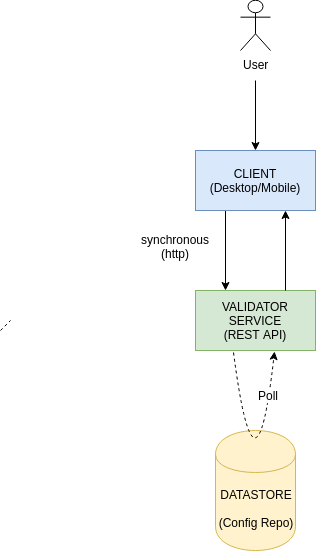
The draw.io diagram Initial - Poll.png in rajkumar90/intuit-craft, before a commit. Source tidied: cells renumbered, new cells last; positions are measured from the earlier drawing's top-left corner, leaving out a move shared by most shapes.
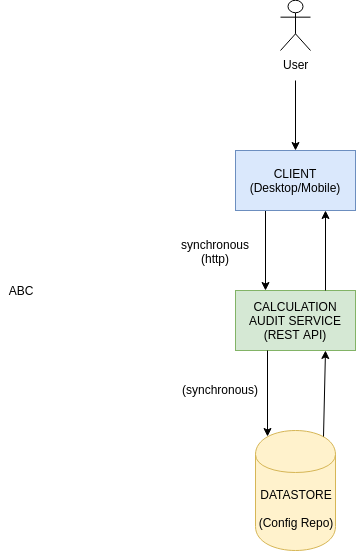
The same diagram one commit later.

Diff of the diagram source:
```diff
@@ -8,15 +8,23 @@
     <mxCell id="3" value="CLIENT (Desktop/Mobile)" style="rounded=0;whiteSpace=wrap;html=1;fillColor=#dae8fc;strokeColor=#6c8ebf;" parent="1" vertex="1">
       <mxGeometry x="195" y="150" width="120" height="60" as="geometry" />
     </mxCell>
-    <mxCell id="4" value="VALIDATOR SERVICE&lt;br&gt;(REST API)" style="rounded=0;whiteSpace=wrap;html=1;fillColor=#d5e8d4;strokeColor=#82b366;" parent="1" vertex="1">
+    <mxCell id="4" value="CALCULATION AUDIT SERVICE&lt;br&gt;(REST API)" style="rounded=0;whiteSpace=wrap;html=1;fillColor=#d5e8d4;strokeColor=#82b366;" parent="1" vertex="1">
       <mxGeometry x="195" y="290" width="120" height="60" as="geometry" />
     </mxCell>
     <mxCell id="5" value="DATASTORE&lt;br&gt;&lt;br&gt;(Config Repo)" style="shape=cylinder;whiteSpace=wrap;html=1;boundedLbl=1;backgroundOutline=1;rounded=0;fillColor=#fff2cc;strokeColor=#d6b656;" parent="1" vertex="1">
       <mxGeometry x="215" y="430" width="80" height="120" as="geometry" />
     </mxCell>
+    <mxCell id="13" style="endArrow=classic;html=1;entryX=0.15;entryY=0.05;entryDx=0;entryDy=0;entryPerimeter=0;" parent="1" edge="1" target="5">
+      <mxGeometry relative="1" as="geometry">
+        <mxPoint x="227" y="350" as="sourcePoint" />
+      </mxGeometry>
+    </mxCell>
     <mxCell id="6" style="endArrow=classic;html=1;exitX=0.75;exitY=0;exitDx=0;exitDy=0;entryX=0.75;entryY=1;entryDx=0;entryDy=0;" parent="1" edge="1" source="4" target="3">
       <mxGeometry relative="1" as="geometry" />
     </mxCell>
+    <mxCell id="14" style="endArrow=classic;html=1;exitX=0.85;exitY=0.05;exitDx=0;exitDy=0;exitPerimeter=0;entryX=0.75;entryY=1;entryDx=0;entryDy=0;" parent="1" edge="1" source="5" target="4">
+      <mxGeometry relative="1" as="geometry" />
+    </mxCell>
     <mxCell id="7" style="edgeStyle=orthogonalEdgeStyle;rounded=0;jettySize=auto;html=1;" parent="1" edge="1" target="3">
       <mxGeometry relative="1" as="geometry">
         <mxPoint x="255" y="80" as="sourcePoint" />
@@ -25,24 +33,14 @@
     <mxCell id="8" value="User&lt;br&gt;" style="shape=umlActor;verticalLabelPosition=bottom;labelBackgroundColor=#ffffff;verticalAlign=top;html=1;" parent="1" vertex="1">
       <mxGeometry x="240" width="30" height="50" as="geometry" />
     </mxCell>
-    <mxCell id="9" style="endArrow=classic;html=1;entryX=0.658;entryY=1.017;entryDx=0;entryDy=0;exitX=0.317;exitY=1.033;exitDx=0;exitDy=0;exitPerimeter=0;entryPerimeter=0;curved=1;dashed=1;arcSize=20;" parent="1" edge="1" source="4" target="4">
-      <mxGeometry relative="1" as="geometry">
-        <Array as="points">
-          <mxPoint x="255" y="520" />
-        </Array>
-      </mxGeometry>
-    </mxCell>
-    <mxCell id="10" value="Poll" style="text;html=1;align=center;verticalAlign=middle;labelBackgroundColor=#ffffff;" parent="9" vertex="1">
-      <mxGeometry x="-0.72" y="29" relative="1" as="geometry" />
-    </mxCell>
     <mxCell id="11" value="synchronous&lt;br&gt;(http)" style="text;html=1;align=center;verticalAlign=top;spacingTop=-4;" parent="1" vertex="1">
-      <mxGeometry x="135" y="230" width="80" height="30" as="geometry" />
+      <mxGeometry x="135" y="235" width="80" height="30" as="geometry" />
     </mxCell>
-    <mxCell id="12" style="endArrow=none;dashed=1;html=1;" parent="1" edge="1">
-      <mxGeometry relative="1" as="geometry">
-        <mxPoint y="330" as="sourcePoint" />
-        <mxPoint x="10" y="320" as="targetPoint" />
-      </mxGeometry>
-    </mxCell>
+    <mxCell id="15" value="(synchronous)" style="text;html=1;align=left;verticalAlign=top;spacingTop=-4;" parent="1" vertex="1">
+      <mxGeometry x="140" y="380" width="90" height="20" as="geometry" />
+    </mxCell>
+    <mxCell id="16" value="ABC" style="text;html=1;strokeColor=none;fillColor=none;align=center;verticalAlign=middle;whiteSpace=wrap;rounded=0;" parent="1" vertex="1">
+      <mxGeometry x="-40" y="280" width="40" height="20" as="geometry" />
+    </mxCell>
   </root>
 </mxGraphModel>
```
